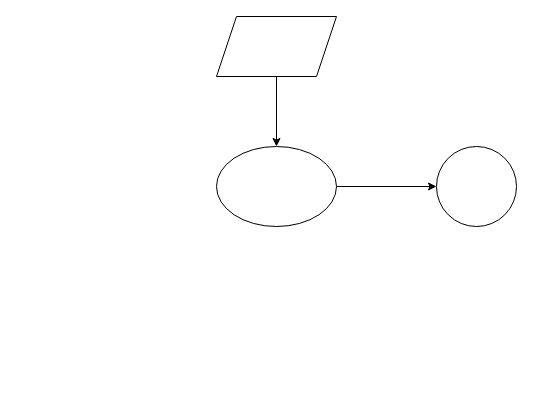
Before: Диаграмма без названия.drawio in andriisemeniuta/goit-pyweb2.0-01, a draw.io diagram. Source tidied: cells renumbered, new cells numbered last; positions are measured from the earlier drawing's top-left corner, leaving out a move shared by most shapes. Both pictures are drawn from the tidied source at 100%, with x=0, y=0 at pixel (216, 16).
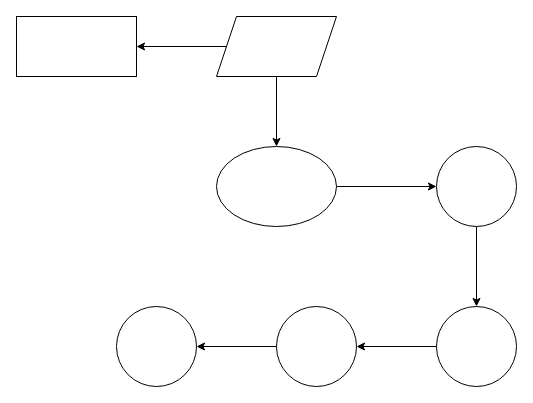
The same page after the edit.

Diff of the diagram source:
```diff
@@
 <mxGraphModel>
   <root>
     <mxCell id="0" />
     <mxCell id="1" parent="0" />
     <mxCell id="2" style="edgeStyle=orthogonalEdgeStyle;rounded=0;jettySize=auto;html=1;" parent="1" edge="1" source="3" target="6">
       <mxGeometry relative="1" as="geometry" />
     </mxCell>
     <mxCell id="3" style="ellipse;whiteSpace=wrap;html=1;" parent="1" vertex="1">
       <mxGeometry y="130" width="120" height="80" as="geometry" />
     </mxCell>
     <mxCell id="4" style="edgeStyle=orthogonalEdgeStyle;rounded=0;jettySize=auto;html=1;" parent="1" edge="1" source="5" target="3">
       <mxGeometry relative="1" as="geometry" />
     </mxCell>
+    <mxCell id="7" style="edgeStyle=orthogonalEdgeStyle;rounded=0;jettySize=auto;html=1;" parent="1" edge="1" source="5" target="14">
+      <mxGeometry relative="1" as="geometry" />
+    </mxCell>
     <mxCell id="5" style="shape=parallelogram;perimeter=parallelogramPerimeter;whiteSpace=wrap;html=1;fixedSize=1;" parent="1" vertex="1">
       <mxGeometry width="120" height="60" as="geometry" />
     </mxCell>
+    <mxCell id="8" style="edgeStyle=orthogonalEdgeStyle;rounded=0;jettySize=auto;html=1;" parent="1" edge="1" source="6" target="10">
+      <mxGeometry relative="1" as="geometry" />
+    </mxCell>
     <mxCell id="6" style="ellipse;whiteSpace=wrap;html=1;" parent="1" vertex="1">
       <mxGeometry x="220" y="130" width="80" height="80" as="geometry" />
     </mxCell>
+    <mxCell id="9" style="edgeStyle=orthogonalEdgeStyle;rounded=0;jettySize=auto;html=1;" parent="1" edge="1" source="10" target="12">
+      <mxGeometry relative="1" as="geometry" />
+    </mxCell>
+    <mxCell id="10" style="ellipse;whiteSpace=wrap;html=1;" parent="1" vertex="1">
+      <mxGeometry x="220" y="290" width="80" height="80" as="geometry" />
+    </mxCell>
+    <mxCell id="11" style="edgeStyle=orthogonalEdgeStyle;rounded=0;jettySize=auto;html=1;" parent="1" edge="1" source="12" target="13">
+      <mxGeometry relative="1" as="geometry" />
+    </mxCell>
+    <mxCell id="12" style="ellipse;whiteSpace=wrap;html=1;" parent="1" vertex="1">
+      <mxGeometry x="60" y="290" width="80" height="80" as="geometry" />
+    </mxCell>
+    <mxCell id="13" style="ellipse;whiteSpace=wrap;html=1;" parent="1" vertex="1">
+      <mxGeometry x="-100" y="290" width="80" height="80" as="geometry" />
+    </mxCell>
+    <mxCell id="14" style="whiteSpace=wrap;html=1;" parent="1" vertex="1">
+      <mxGeometry x="-200" width="120" height="60" as="geometry" />
+    </mxCell>
   </root>
 </mxGraphModel>
```
